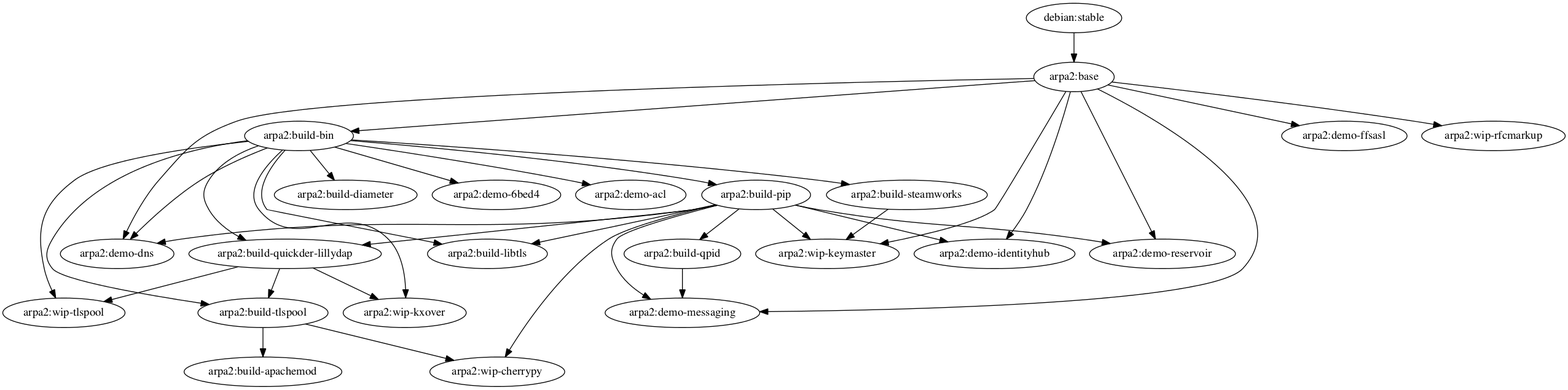
Before: deps.png, a diagram exported from Graphviz (timkuijsten/docker-demo). Its source is kept beside it as deps.dot.
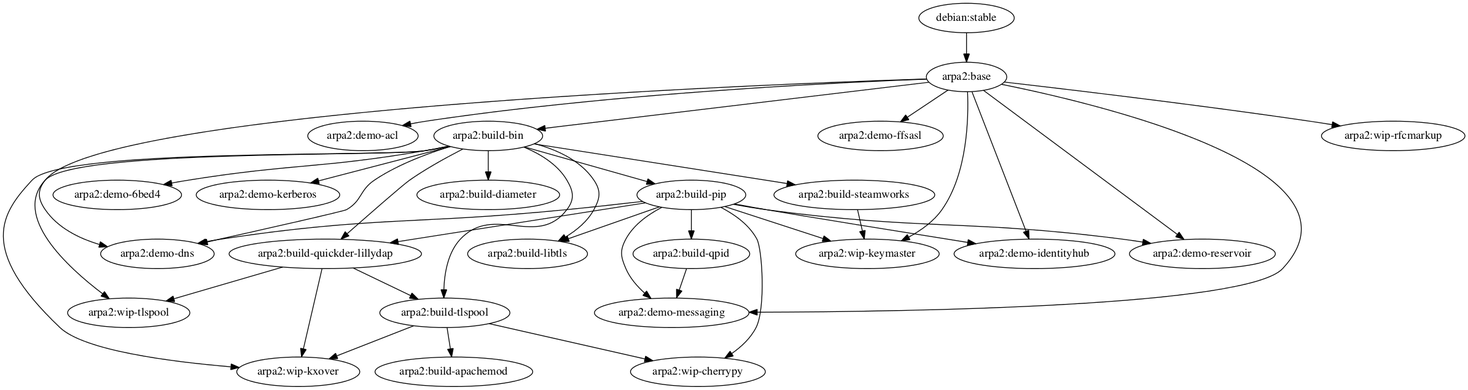
The same file after the commit.

Commit message:
Added a minimal Kerberos KDC demo, just enough to login

Change to the diagram source:
```diff
@@ -13,13 +13,14 @@
    "arpa2:build-quickder-lillydap" -> "arpa2:build-tlspool"
    "arpa2:build-bin" -> "arpa2:build-tlspool"
    "arpa2:build-bin" -> "arpa2:demo-6bed4"
-   "arpa2:build-bin" -> "arpa2:demo-acl"
+   "arpa2:base" -> "arpa2:demo-acl"
    "arpa2:build-bin" -> "arpa2:demo-dns"
    "arpa2:build-pip" -> "arpa2:demo-dns"
    "arpa2:base" -> "arpa2:demo-dns"
    "arpa2:base" -> "arpa2:demo-ffsasl"
    "arpa2:build-pip" -> "arpa2:demo-identityhub"
    "arpa2:base" -> "arpa2:demo-identityhub"
+   "arpa2:build-bin" -> "arpa2:demo-kerberos"
    "arpa2:build-qpid" -> "arpa2:demo-messaging"
    "arpa2:build-pip" -> "arpa2:demo-messaging"
    "arpa2:base" -> "arpa2:demo-messaging"
@@ -31,6 +32,7 @@
    "arpa2:build-pip" -> "arpa2:wip-keymaster"
    "arpa2:base" -> "arpa2:wip-keymaster"
    "arpa2:build-quickder-lillydap" -> "arpa2:wip-kxover"
+   "arpa2:build-tlspool" -> "arpa2:wip-kxover"
    "arpa2:build-bin" -> "arpa2:wip-kxover"
    "arpa2:base" -> "arpa2:wip-rfcmarkup"
    "arpa2:build-quickder-lillydap" -> "arpa2:wip-tlspool"
```
